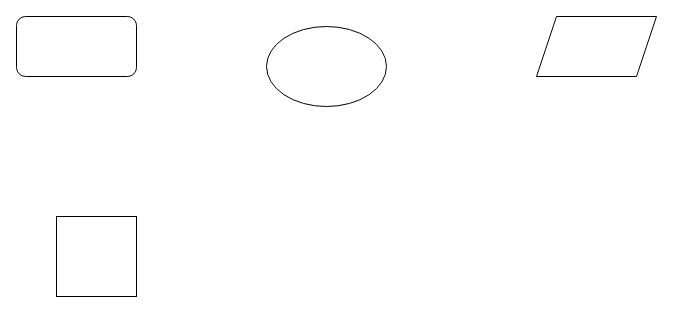
albmvas/edgar keeps this draw.io diagram as demo123.drawio. Above is the earlier version. Source tidied: cells renumbered, new cells numbered last; positions are measured from the earlier drawing's top-left corner, leaving out a move shared by most shapes. Both pictures are drawn from the tidied source at 100%, with x=0, y=0 at pixel (16, 16).
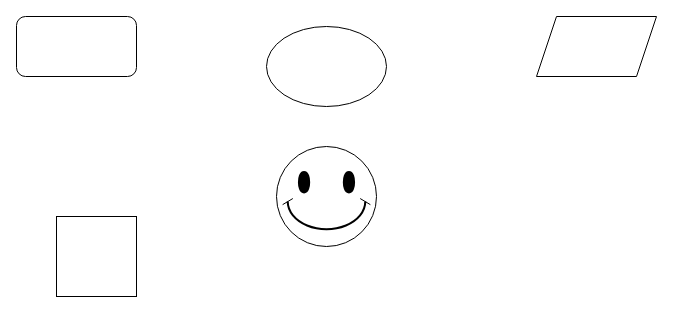
Above is the later version.

Commit message:
Edgar é chato

What changed in the source:
```diff
@@
 <mxGraphModel>
   <root>
     <mxCell id="0" />
     <mxCell id="1" parent="0" />
     <mxCell id="2" style="rounded=1;whiteSpace=wrap;html=1;" parent="1" vertex="1">
       <mxGeometry width="120" height="60" as="geometry" />
     </mxCell>
     <mxCell id="3" style="ellipse;whiteSpace=wrap;html=1;" parent="1" vertex="1">
       <mxGeometry x="250" y="10" width="120" height="80" as="geometry" />
     </mxCell>
     <mxCell id="4" style="shape=parallelogram;perimeter=parallelogramPerimeter;whiteSpace=wrap;html=1;fixedSize=1;" parent="1" vertex="1">
       <mxGeometry x="520" width="120" height="60" as="geometry" />
     </mxCell>
     <mxCell id="5" style="whiteSpace=wrap;html=1;" parent="1" vertex="1">
       <mxGeometry x="40" y="200" width="80" height="80" as="geometry" />
     </mxCell>
+    <mxCell id="6" style="verticalLabelPosition=bottom;verticalAlign=top;html=1;shape=mxgraph.basic.smiley;" parent="1" vertex="1">
+      <mxGeometry x="260" y="130" width="100" height="100" as="geometry" />
+    </mxCell>
   </root>
 </mxGraphModel>
```
